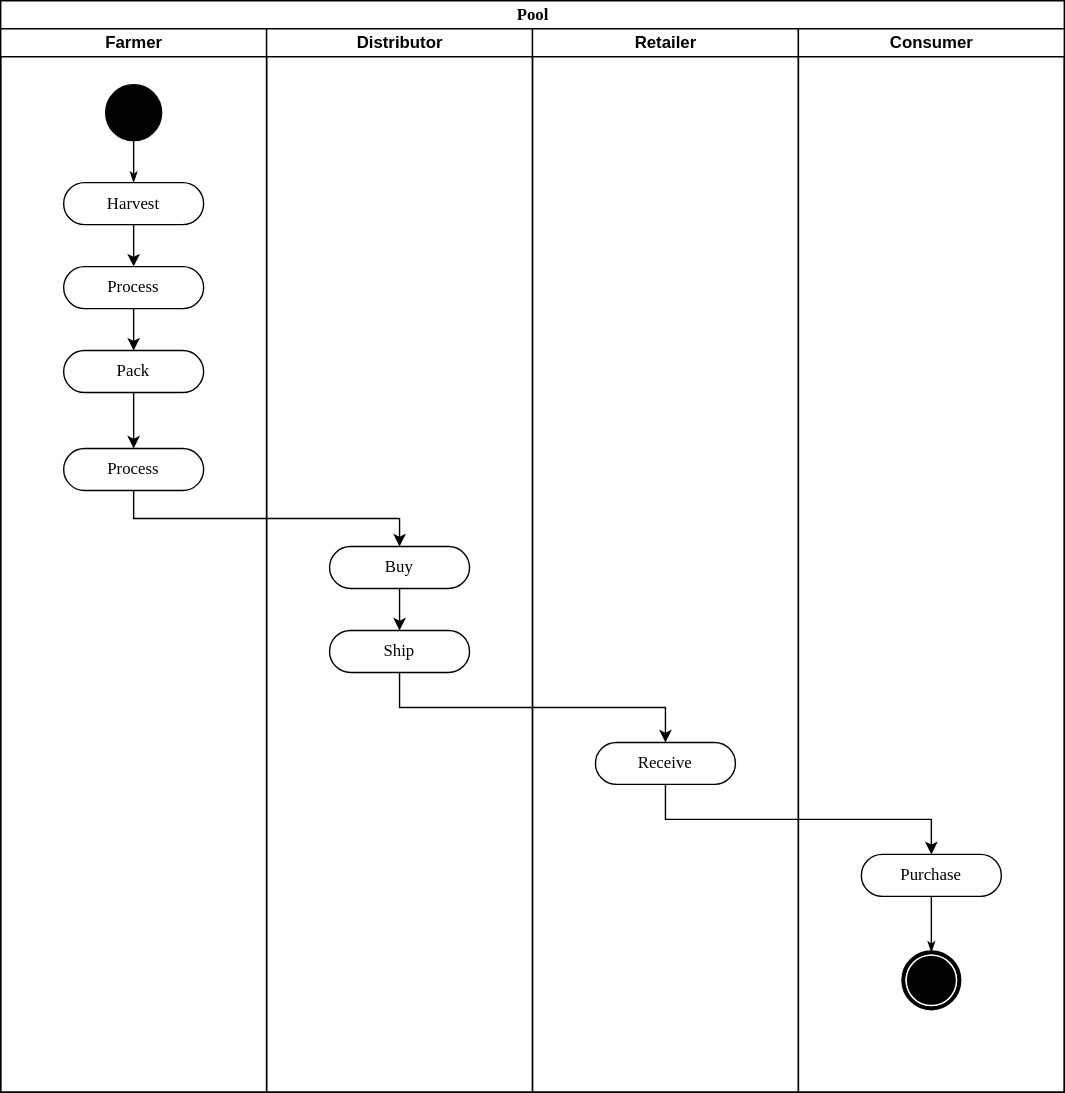
Above: docs/activity-diagram.svg in doominek/udacity-supply-chain (draw.io), before the change. Source tidied: cells renumbered, new cells last; positions are measured from the earlier drawing's top-left corner, leaving out a move shared by most shapes. Source of this version:
```xml
<mxGraphModel background="#ffffff">
  <root>
    <mxCell id="0" />
    <mxCell id="1" parent="0" />
    <mxCell id="2" value="Pool" style="swimlane;html=1;startSize=20;rounded=0;shadow=0;comic=0;labelBackgroundColor=none;strokeWidth=1;fontFamily=Verdana;fontSize=12;align=center;" parent="1" vertex="1">
      <mxGeometry width="760" height="780" as="geometry" />
    </mxCell>
    <mxCell id="3" value="Farmer" style="swimlane;html=1;startSize=20;" parent="2" vertex="1">
      <mxGeometry y="20" width="190" height="760" as="geometry" />
    </mxCell>
    <mxCell id="4" style="edgeStyle=orthogonalEdgeStyle;rounded=0;jettySize=auto;html=1;exitX=0.5;exitY=1;exitDx=0;exitDy=0;entryX=0.5;entryY=0;entryDx=0;entryDy=0;" parent="3" edge="1" source="5" target="11">
      <mxGeometry relative="1" as="geometry" />
    </mxCell>
    <mxCell id="5" value="&lt;div&gt;Process&lt;/div&gt;" style="rounded=1;whiteSpace=wrap;html=1;shadow=0;comic=0;labelBackgroundColor=none;strokeWidth=1;fontFamily=Verdana;fontSize=12;align=center;arcSize=50;" parent="3" vertex="1">
      <mxGeometry x="45" y="170" width="100" height="30" as="geometry" />
    </mxCell>
    <mxCell id="6" style="ellipse;whiteSpace=wrap;html=1;rounded=0;shadow=0;comic=0;labelBackgroundColor=none;strokeWidth=1;fillColor=#000000;fontFamily=Verdana;fontSize=12;align=center;" parent="3" vertex="1">
      <mxGeometry x="75" y="40" width="40" height="40" as="geometry" />
    </mxCell>
    <mxCell id="7" style="edgeStyle=orthogonalEdgeStyle;rounded=0;jettySize=auto;html=1;exitX=0.5;exitY=1;exitDx=0;exitDy=0;entryX=0.5;entryY=0;entryDx=0;entryDy=0;" parent="3" edge="1" source="8" target="5">
      <mxGeometry relative="1" as="geometry" />
    </mxCell>
    <mxCell id="8" value="Harvest" style="rounded=1;whiteSpace=wrap;html=1;shadow=0;comic=0;labelBackgroundColor=none;strokeWidth=1;fontFamily=Verdana;fontSize=12;align=center;arcSize=50;" parent="3" vertex="1">
      <mxGeometry x="45" y="110" width="100" height="30" as="geometry" />
    </mxCell>
    <mxCell id="9" style="edgeStyle=orthogonalEdgeStyle;rounded=0;html=1;labelBackgroundColor=none;startArrow=none;startFill=0;startSize=5;endArrow=classicThin;endFill=1;endSize=5;jettySize=auto;strokeWidth=1;fontFamily=Verdana;fontSize=12;" parent="3" edge="1" source="6" target="8">
      <mxGeometry relative="1" as="geometry" />
    </mxCell>
    <mxCell id="10" style="edgeStyle=orthogonalEdgeStyle;rounded=0;jettySize=auto;html=1;exitX=0.5;exitY=1;exitDx=0;exitDy=0;entryX=0.5;entryY=0;entryDx=0;entryDy=0;" parent="3" edge="1" source="11" target="12">
      <mxGeometry relative="1" as="geometry" />
    </mxCell>
    <mxCell id="11" value="&lt;div&gt;Pack&lt;/div&gt;" style="rounded=1;whiteSpace=wrap;html=1;shadow=0;comic=0;labelBackgroundColor=none;strokeWidth=1;fontFamily=Verdana;fontSize=12;align=center;arcSize=50;" parent="3" vertex="1">
      <mxGeometry x="45" y="230" width="100" height="30" as="geometry" />
    </mxCell>
    <mxCell id="12" value="&lt;div&gt;Process&lt;/div&gt;" style="rounded=1;whiteSpace=wrap;html=1;shadow=0;comic=0;labelBackgroundColor=none;strokeWidth=1;fontFamily=Verdana;fontSize=12;align=center;arcSize=50;" parent="3" vertex="1">
      <mxGeometry x="45" y="300" width="100" height="30" as="geometry" />
    </mxCell>
    <mxCell id="13" value="Distributor" style="swimlane;html=1;startSize=20;" parent="2" vertex="1">
      <mxGeometry x="190" y="20" width="190" height="760" as="geometry" />
    </mxCell>
    <mxCell id="14" style="edgeStyle=orthogonalEdgeStyle;rounded=0;jettySize=auto;html=1;exitX=0.5;exitY=1;exitDx=0;exitDy=0;entryX=0.5;entryY=0;entryDx=0;entryDy=0;" parent="13" edge="1" source="15" target="16">
      <mxGeometry relative="1" as="geometry" />
    </mxCell>
    <mxCell id="15" value="&lt;div&gt;Buy&lt;/div&gt;" style="rounded=1;whiteSpace=wrap;html=1;shadow=0;comic=0;labelBackgroundColor=none;strokeWidth=1;fontFamily=Verdana;fontSize=12;align=center;arcSize=50;" parent="13" vertex="1">
      <mxGeometry x="45" y="370" width="100" height="30" as="geometry" />
    </mxCell>
    <mxCell id="16" value="Ship" style="rounded=1;whiteSpace=wrap;html=1;shadow=0;comic=0;labelBackgroundColor=none;strokeWidth=1;fontFamily=Verdana;fontSize=12;align=center;arcSize=50;" parent="13" vertex="1">
      <mxGeometry x="45" y="430" width="100" height="30" as="geometry" />
    </mxCell>
    <mxCell id="17" value="Retailer" style="swimlane;html=1;startSize=20;" parent="2" vertex="1">
      <mxGeometry x="380" y="20" width="190" height="760" as="geometry" />
    </mxCell>
    <mxCell id="18" value="Receive" style="rounded=1;whiteSpace=wrap;html=1;shadow=0;comic=0;labelBackgroundColor=none;strokeWidth=1;fontFamily=Verdana;fontSize=12;align=center;arcSize=50;" parent="17" vertex="1">
      <mxGeometry x="45" y="510" width="100" height="30" as="geometry" />
    </mxCell>
    <mxCell id="19" value="Consumer" style="swimlane;html=1;startSize=20;" parent="2" vertex="1">
      <mxGeometry x="570" y="20" width="190" height="760" as="geometry" />
    </mxCell>
    <mxCell id="20" style="edgeStyle=none;rounded=0;html=1;labelBackgroundColor=none;startArrow=none;startFill=0;startSize=5;endArrow=classicThin;endFill=1;endSize=5;jettySize=auto;strokeWidth=1;fontFamily=Verdana;fontSize=12;" parent="19" edge="1" source="21" target="22">
      <mxGeometry relative="1" as="geometry" />
    </mxCell>
    <mxCell id="21" value="&lt;div&gt;Purchase&lt;/div&gt;" style="rounded=1;whiteSpace=wrap;html=1;shadow=0;comic=0;labelBackgroundColor=none;strokeWidth=1;fontFamily=Verdana;fontSize=12;align=center;arcSize=50;" parent="19" vertex="1">
      <mxGeometry x="45" y="590" width="100" height="30" as="geometry" />
    </mxCell>
    <mxCell id="22" style="shape=mxgraph.bpmn.shape;html=1;verticalLabelPosition=bottom;labelBackgroundColor=#ffffff;verticalAlign=top;perimeter=ellipsePerimeter;outline=end;symbol=terminate;rounded=0;shadow=0;comic=0;strokeWidth=1;fontFamily=Verdana;fontSize=12;align=center;" parent="19" vertex="1">
      <mxGeometry x="75" y="660" width="40" height="40" as="geometry" />
    </mxCell>
    <mxCell id="23" style="edgeStyle=orthogonalEdgeStyle;rounded=0;jettySize=auto;html=1;exitX=0.5;exitY=1;exitDx=0;exitDy=0;entryX=0.5;entryY=0;entryDx=0;entryDy=0;" parent="2" edge="1" source="12" target="15">
      <mxGeometry relative="1" as="geometry" />
    </mxCell>
    <mxCell id="24" style="edgeStyle=orthogonalEdgeStyle;rounded=0;jettySize=auto;html=1;exitX=0.5;exitY=1;exitDx=0;exitDy=0;entryX=0.5;entryY=0;entryDx=0;entryDy=0;" parent="2" edge="1" source="18" target="21">
      <mxGeometry relative="1" as="geometry" />
    </mxCell>
    <mxCell id="25" style="edgeStyle=orthogonalEdgeStyle;rounded=0;jettySize=auto;html=1;exitX=0.5;exitY=1;exitDx=0;exitDy=0;" parent="2" edge="1" source="16" target="18">
      <mxGeometry relative="1" as="geometry" />
    </mxCell>
  </root>
</mxGraphModel>
```
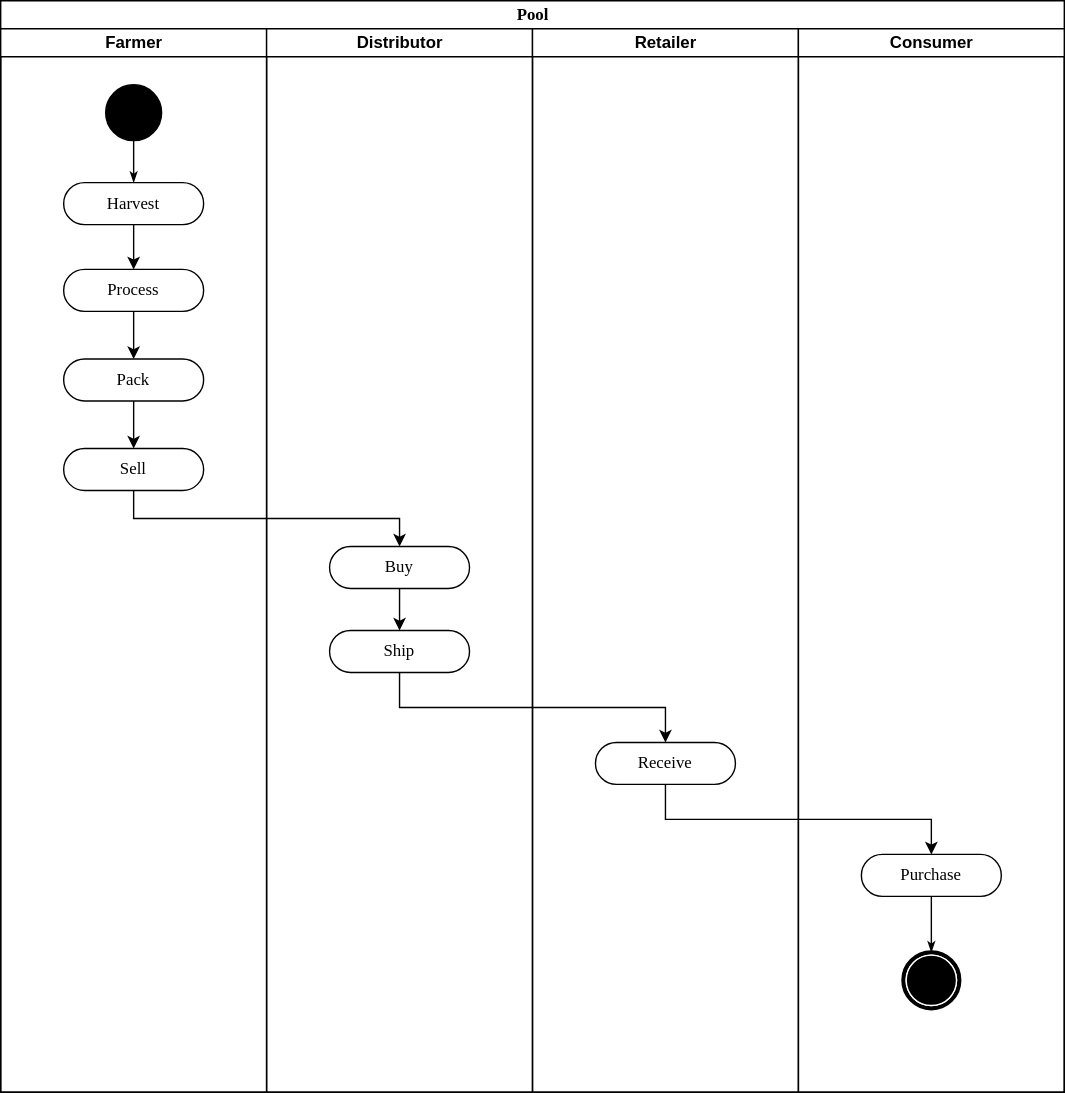
Above is the later version.

Commit message:
Fix mistake in activity diagram

The edit, as a diff of the source:
```diff
@@ -12,7 +12,7 @@
       <mxGeometry relative="1" as="geometry" />
     </mxCell>
     <mxCell id="5" value="&lt;div&gt;Process&lt;/div&gt;" style="rounded=1;whiteSpace=wrap;html=1;shadow=0;comic=0;labelBackgroundColor=none;strokeWidth=1;fontFamily=Verdana;fontSize=12;align=center;arcSize=50;" parent="3" vertex="1">
-      <mxGeometry x="45" y="170" width="100" height="30" as="geometry" />
+      <mxGeometry x="45" y="172" width="100" height="30" as="geometry" />
     </mxCell>
     <mxCell id="6" style="ellipse;whiteSpace=wrap;html=1;rounded=0;shadow=0;comic=0;labelBackgroundColor=none;strokeWidth=1;fillColor=#000000;fontFamily=Verdana;fontSize=12;align=center;" parent="3" vertex="1">
       <mxGeometry x="75" y="40" width="40" height="40" as="geometry" />
@@ -30,9 +30,9 @@
       <mxGeometry relative="1" as="geometry" />
     </mxCell>
     <mxCell id="11" value="&lt;div&gt;Pack&lt;/div&gt;" style="rounded=1;whiteSpace=wrap;html=1;shadow=0;comic=0;labelBackgroundColor=none;strokeWidth=1;fontFamily=Verdana;fontSize=12;align=center;arcSize=50;" parent="3" vertex="1">
-      <mxGeometry x="45" y="230" width="100" height="30" as="geometry" />
+      <mxGeometry x="45" y="236" width="100" height="30" as="geometry" />
     </mxCell>
-    <mxCell id="12" value="&lt;div&gt;Process&lt;/div&gt;" style="rounded=1;whiteSpace=wrap;html=1;shadow=0;comic=0;labelBackgroundColor=none;strokeWidth=1;fontFamily=Verdana;fontSize=12;align=center;arcSize=50;" parent="3" vertex="1">
+    <mxCell id="12" value="Sell" style="rounded=1;whiteSpace=wrap;html=1;shadow=0;comic=0;labelBackgroundColor=none;strokeWidth=1;fontFamily=Verdana;fontSize=12;align=center;arcSize=50;" parent="3" vertex="1">
       <mxGeometry x="45" y="300" width="100" height="30" as="geometry" />
     </mxCell>
     <mxCell id="13" value="Distributor" style="swimlane;html=1;startSize=20;" parent="2" vertex="1">
```
